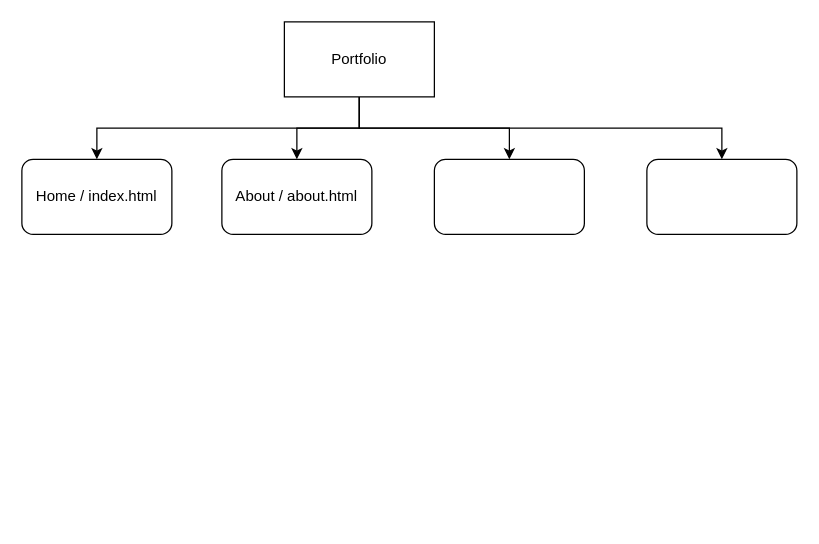
Before: Untitled Diagram.drawio in haden-liu/Hang-Liu_T1A2, a draw.io diagram. Source tidied: cells renumbered, new cells numbered last; positions are measured from the earlier drawing's top-left corner, leaving out a move shared by most shapes. Both pictures are drawn from the tidied source at 125%, with x=0, y=0 at pixel (21, 21).
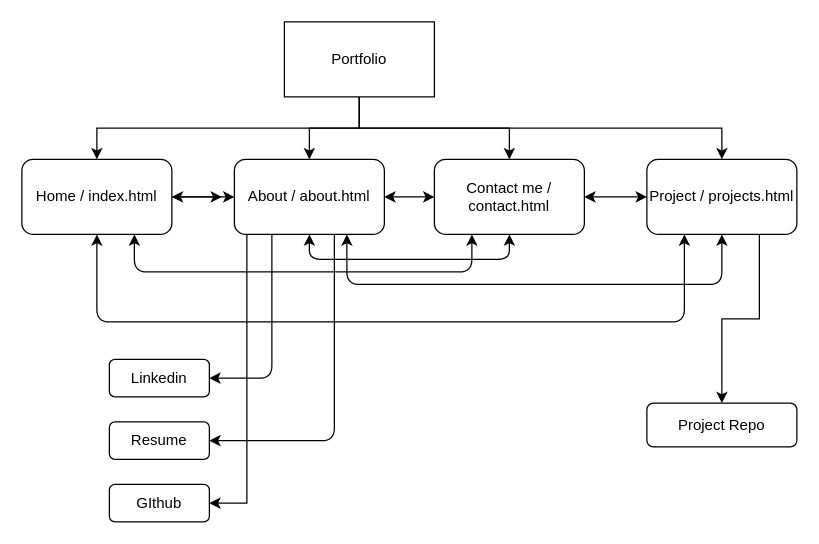
The same page after the edit.

Unchanged cells that the change refers to:
```xml
<mxCell id="7" value="Home / index.html" style="rounded=1;whiteSpace=wrap;html=1;" parent="1" vertex="1">
  <mxGeometry y="110" width="120" height="60" as="geometry" />
</mxCell>
```

Change to the diagram source:
```diff
@@
+    <mxCell id="11" style="edgeStyle=orthogonalEdgeStyle;rounded=0;jettySize=auto;html=1;exitX=1;exitY=0.5;exitDx=0;exitDy=0;" parent="1" edge="1" source="7" target="8">
+      <mxGeometry relative="1" as="geometry" />
+    </mxCell>
@@
+    <mxCell id="12" style="edgeStyle=orthogonalEdgeStyle;rounded=0;jettySize=auto;html=1;exitX=0.071;exitY=0.993;exitDx=0;exitDy=0;entryX=1;entryY=0.5;entryDx=0;entryDy=0;exitPerimeter=0;" parent="1" edge="1" source="8" target="25">
+      <mxGeometry relative="1" as="geometry">
+        <Array as="points">
+          <mxPoint x="180" y="170" />
+          <mxPoint x="180" y="385" />
+        </Array>
+      </mxGeometry>
+    </mxCell>
     <mxCell id="8" value="About / about.html" style="rounded=1;whiteSpace=wrap;html=1;" parent="1" vertex="1">
-      <mxGeometry x="160" y="110" width="120" height="60" as="geometry" />
+      <mxGeometry x="170" y="110" width="120" height="60" as="geometry" />
     </mxCell>
-    <mxCell id="9" style="rounded=1;whiteSpace=wrap;html=1;" parent="1" vertex="1">
+    <mxCell id="9" value="Contact me / contact.html" style="rounded=1;whiteSpace=wrap;html=1;" parent="1" vertex="1">
       <mxGeometry x="330" y="110" width="120" height="60" as="geometry" />
     </mxCell>
+    <mxCell id="13" style="edgeStyle=orthogonalEdgeStyle;rounded=0;jettySize=auto;html=1;exitX=0.75;exitY=1;exitDx=0;exitDy=0;entryX=0.5;entryY=0;entryDx=0;entryDy=0;" parent="1" edge="1" source="10" target="26">
+      <mxGeometry relative="1" as="geometry" />
+    </mxCell>
-    <mxCell id="10" style="rounded=1;whiteSpace=wrap;html=1;" parent="1" vertex="1">
+    <mxCell id="10" value="Project / projects.html" style="rounded=1;whiteSpace=wrap;html=1;" parent="1" vertex="1">
       <mxGeometry x="500" y="110" width="120" height="60" as="geometry" />
     </mxCell>
+    <mxCell id="14" style="endArrow=classic;startArrow=classic;html=1;" parent="1" edge="1">
+      <mxGeometry relative="1" as="geometry">
+        <mxPoint x="120" y="140" as="sourcePoint" />
+        <mxPoint x="160" y="140" as="targetPoint" />
+      </mxGeometry>
+    </mxCell>
+    <mxCell id="15" style="endArrow=classic;startArrow=classic;html=1;exitX=1;exitY=0.5;exitDx=0;exitDy=0;" parent="1" edge="1" source="8">
+      <mxGeometry relative="1" as="geometry">
+        <mxPoint x="330" y="140" as="targetPoint" />
+        <Array as="points">
+          <mxPoint x="330" y="140" />
+        </Array>
+      </mxGeometry>
+    </mxCell>
+    <mxCell id="16" style="endArrow=classic;startArrow=classic;html=1;exitX=1;exitY=0.5;exitDx=0;exitDy=0;" parent="1" edge="1" source="9">
+      <mxGeometry relative="1" as="geometry">
+        <mxPoint x="500" y="140" as="targetPoint" />
+      </mxGeometry>
+    </mxCell>
+    <mxCell id="17" style="endArrow=classic;startArrow=classic;html=1;entryX=0.25;entryY=1;entryDx=0;entryDy=0;exitX=0.75;exitY=1;exitDx=0;exitDy=0;" parent="1" edge="1" source="7" target="9">
+      <mxGeometry relative="1" as="geometry">
+        <Array as="points">
+          <mxPoint x="90" y="200" />
+          <mxPoint x="260" y="200" />
+          <mxPoint x="360" y="200" />
+        </Array>
+      </mxGeometry>
+    </mxCell>
+    <mxCell id="18" style="endArrow=classic;startArrow=classic;html=1;exitX=0.5;exitY=1;exitDx=0;exitDy=0;entryX=0.25;entryY=1;entryDx=0;entryDy=0;" parent="1" edge="1" source="7" target="10">
+      <mxGeometry relative="1" as="geometry">
+        <Array as="points">
+          <mxPoint x="60" y="240" />
+          <mxPoint x="290" y="240" />
+          <mxPoint x="530" y="240" />
+        </Array>
+      </mxGeometry>
+    </mxCell>
+    <mxCell id="19" style="endArrow=classic;startArrow=classic;html=1;entryX=0.5;entryY=1;entryDx=0;entryDy=0;exitX=0.5;exitY=1;exitDx=0;exitDy=0;" parent="1" edge="1" source="8" target="9">
+      <mxGeometry relative="1" as="geometry">
+        <Array as="points">
+          <mxPoint x="230" y="190" />
+          <mxPoint x="300" y="190" />
+          <mxPoint x="390" y="190" />
+        </Array>
+      </mxGeometry>
+    </mxCell>
+    <mxCell id="20" style="endArrow=classic;startArrow=classic;html=1;exitX=0.75;exitY=1;exitDx=0;exitDy=0;entryX=0.5;entryY=1;entryDx=0;entryDy=0;" parent="1" edge="1" source="8" target="10">
+      <mxGeometry relative="1" as="geometry">
+        <Array as="points">
+          <mxPoint x="260" y="210" />
+          <mxPoint x="420" y="210" />
+          <mxPoint x="560" y="210" />
+        </Array>
+      </mxGeometry>
+    </mxCell>
+    <mxCell id="21" value="Linkedin" style="rounded=1;whiteSpace=wrap;html=1;" parent="1" vertex="1">
+      <mxGeometry x="70" y="270" width="80" height="30" as="geometry" />
+    </mxCell>
+    <mxCell id="22" style="endArrow=classic;html=1;entryX=1;entryY=0.5;entryDx=0;entryDy=0;exitX=0.25;exitY=1;exitDx=0;exitDy=0;" parent="1" edge="1" source="8" target="21">
+      <mxGeometry relative="1" as="geometry">
+        <Array as="points">
+          <mxPoint x="200" y="285" />
+        </Array>
+      </mxGeometry>
+    </mxCell>
+    <mxCell id="23" value="Resume" style="rounded=1;whiteSpace=wrap;html=1;" parent="1" vertex="1">
+      <mxGeometry x="70" y="320" width="80" height="30" as="geometry" />
+    </mxCell>
+    <mxCell id="24" style="endArrow=classic;html=1;entryX=1;entryY=0.5;entryDx=0;entryDy=0;" parent="1" edge="1" target="23">
+      <mxGeometry relative="1" as="geometry">
+        <mxPoint x="250" y="170" as="sourcePoint" />
+        <Array as="points">
+          <mxPoint x="250" y="335" />
+        </Array>
+      </mxGeometry>
+    </mxCell>
+    <mxCell id="25" value="GIthub" style="rounded=1;whiteSpace=wrap;html=1;" parent="1" vertex="1">
+      <mxGeometry x="70" y="370" width="80" height="30" as="geometry" />
+    </mxCell>
+    <mxCell id="26" value="Project Repo" style="rounded=1;whiteSpace=wrap;html=1;" parent="1" vertex="1">
+      <mxGeometry x="500" y="305" width="120" height="35" as="geometry" />
+    </mxCell>
```
